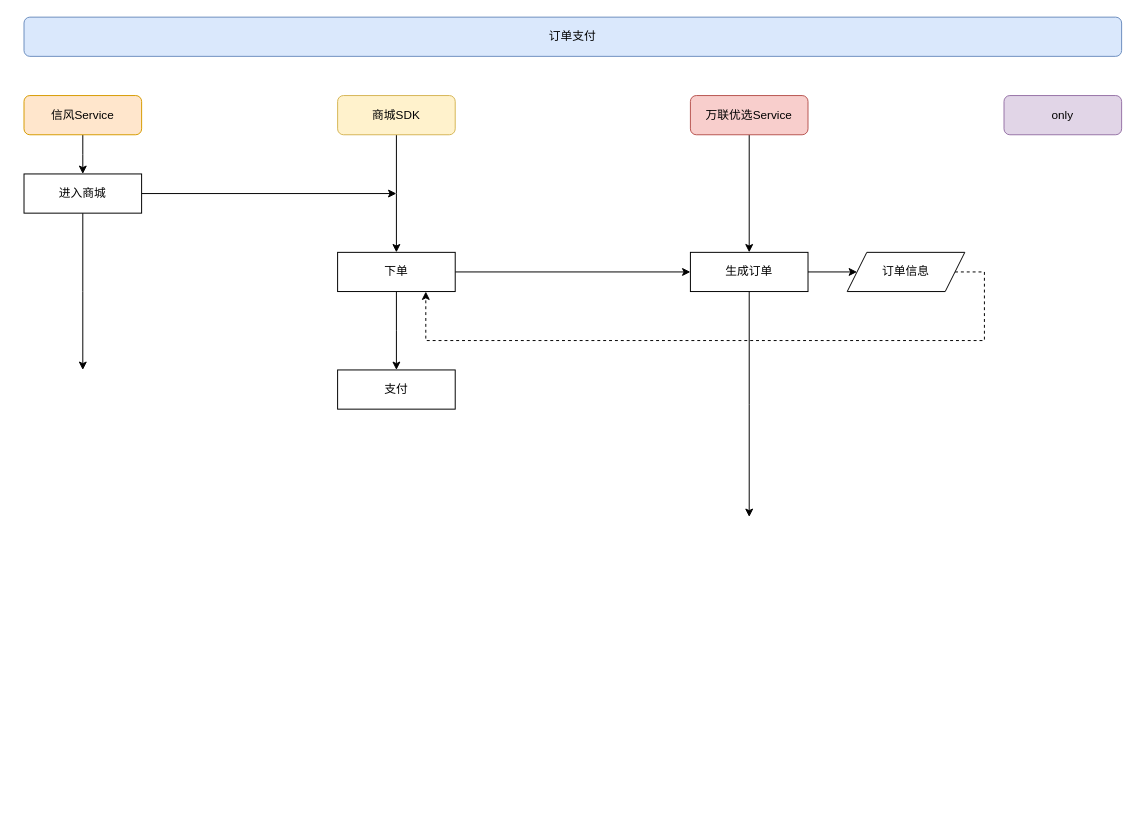
Before: drawio/订单.drawio in cjade/flow, a draw.io diagram. Source tidied: cells renumbered, new cells numbered last; positions are measured from the earlier drawing's top-left corner, leaving out a move shared by most shapes. Both pictures are drawn from the tidied source at 98%, with x=0, y=0 at pixel (24, 17).
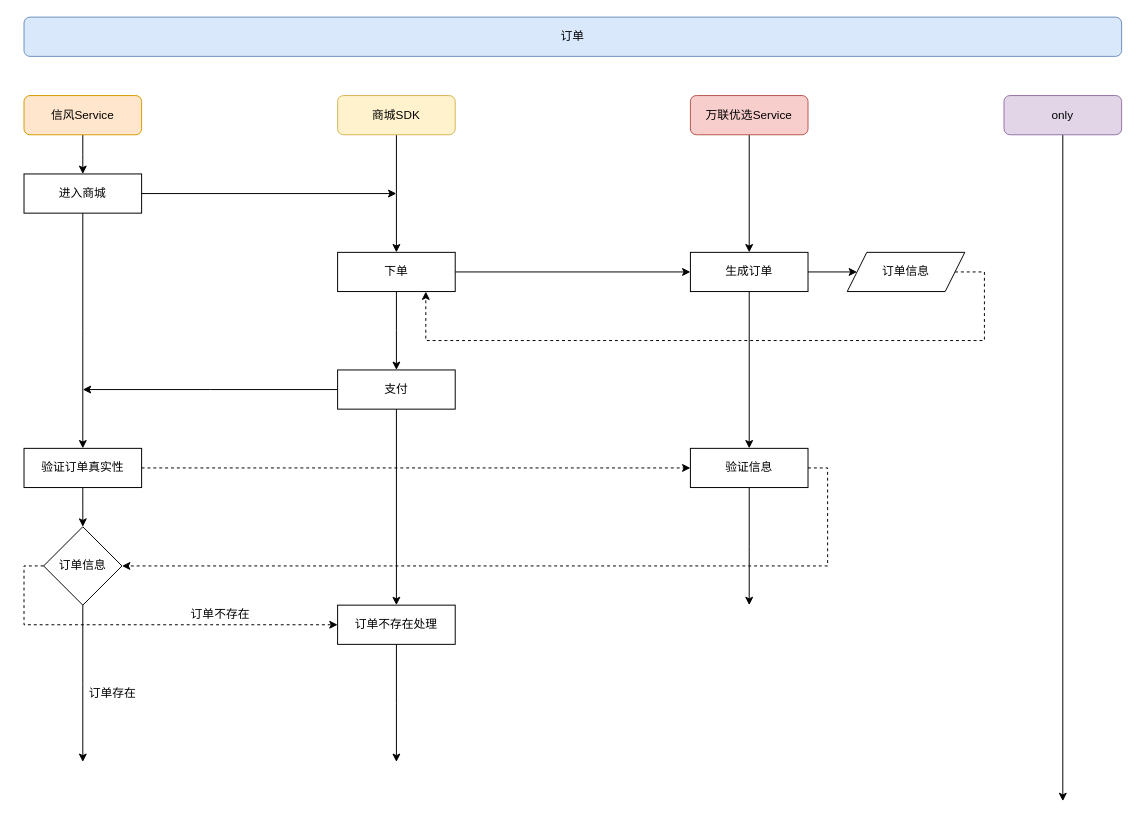
The same page after the edit.

The change refers to these unchanged cells:
```xml
<mxCell id="9" value="only" style="rounded=1;whiteSpace=wrap;html=1;fillColor=#e1d5e7;strokeColor=#9673a6;" parent="1" vertex="1">
  <mxGeometry x="1000" y="80" width="120" height="40" as="geometry" />
</mxCell>
<mxCell id="12" value="进入商城" style="whiteSpace=wrap;html=1;" parent="1" vertex="1">
  <mxGeometry y="160" width="120" height="40" as="geometry" />
</mxCell>
<mxCell id="20" value="生成订单" style="whiteSpace=wrap;html=1;" parent="1" vertex="1">
  <mxGeometry x="680" y="240" width="120" height="40" as="geometry" />
</mxCell>
<mxCell id="23" value="支付" style="rounded=0;whiteSpace=wrap;html=1;" parent="1" vertex="1">
  <mxGeometry x="320" y="360" width="120" height="40" as="geometry" />
</mxCell>
```

The edit, as a diff of the source:
```diff
@@
-    <mxCell id="2" value="订单支付" style="rounded=1;whiteSpace=wrap;html=1;fontSize=12;glass=0;strokeWidth=1;shadow=0;fillColor=#dae8fc;strokeColor=#6c8ebf;" parent="1" vertex="1">
+    <mxCell id="2" value="订单" style="rounded=1;whiteSpace=wrap;html=1;fontSize=12;glass=0;strokeWidth=1;shadow=0;fillColor=#dae8fc;strokeColor=#6c8ebf;" parent="1" vertex="1">
       <mxGeometry width="1120" height="40" as="geometry" />
     </mxCell>
@@
+    <mxCell id="24" style="edgeStyle=orthogonalEdgeStyle;rounded=0;jettySize=auto;html=1;exitX=0.5;exitY=1;exitDx=0;exitDy=0;strokeColor=#000000;" parent="1" edge="1" source="9">
+      <mxGeometry relative="1" as="geometry">
+        <mxPoint x="1060" y="800" as="targetPoint" />
+      </mxGeometry>
+    </mxCell>
@@
     <mxCell id="11" style="edgeStyle=orthogonalEdgeStyle;rounded=0;jettySize=auto;html=1;exitX=0.5;exitY=1;exitDx=0;exitDy=0;strokeColor=#000000;" parent="1" edge="1" source="12">
       <mxGeometry relative="1" as="geometry">
-        <mxPoint x="60" y="360" as="targetPoint" />
+        <mxPoint x="60" y="440" as="targetPoint" />
       </mxGeometry>
     </mxCell>
@@
     <mxCell id="19" style="edgeStyle=orthogonalEdgeStyle;rounded=0;jettySize=auto;html=1;exitX=0.5;exitY=1;exitDx=0;exitDy=0;" parent="1" edge="1" source="20">
       <mxGeometry relative="1" as="geometry">
-        <mxPoint x="740" y="510" as="targetPoint" />
+        <mxPoint x="740" y="440" as="targetPoint" />
       </mxGeometry>
     </mxCell>
@@
+    <mxCell id="25" style="edgeStyle=orthogonalEdgeStyle;rounded=0;jettySize=auto;html=1;exitX=0.5;exitY=1;exitDx=0;exitDy=0;strokeColor=#000000;entryX=0.5;entryY=0;entryDx=0;entryDy=0;" parent="1" edge="1" source="23" target="39">
+      <mxGeometry relative="1" as="geometry" />
+    </mxCell>
+    <mxCell id="26" style="edgeStyle=orthogonalEdgeStyle;rounded=0;jettySize=auto;html=1;exitX=0;exitY=0.5;exitDx=0;exitDy=0;strokeColor=#000000;" parent="1" edge="1" source="23">
+      <mxGeometry relative="1" as="geometry">
+        <mxPoint x="60" y="380" as="targetPoint" />
+      </mxGeometry>
+    </mxCell>
@@
+    <mxCell id="27" style="edgeStyle=orthogonalEdgeStyle;rounded=0;jettySize=auto;html=1;exitX=1;exitY=0.5;exitDx=0;exitDy=0;strokeColor=#000000;entryX=0;entryY=0.5;entryDx=0;entryDy=0;entryPerimeter=0;dashed=1;" parent="1" edge="1" source="29" target="32">
+      <mxGeometry relative="1" as="geometry" />
+    </mxCell>
+    <mxCell id="28" style="edgeStyle=orthogonalEdgeStyle;rounded=0;jettySize=auto;html=1;exitX=0.5;exitY=1;exitDx=0;exitDy=0;strokeColor=#000000;" parent="1" edge="1" source="29">
+      <mxGeometry relative="1" as="geometry">
+        <mxPoint x="60" y="520" as="targetPoint" />
+      </mxGeometry>
+    </mxCell>
+    <mxCell id="29" value="验证订单真实性" style="rounded=0;whiteSpace=wrap;html=1;" parent="1" vertex="1">
+      <mxGeometry y="440" width="120" height="40" as="geometry" />
+    </mxCell>
+    <mxCell id="30" style="edgeStyle=orthogonalEdgeStyle;rounded=0;jettySize=auto;html=1;exitX=0.5;exitY=1;exitDx=0;exitDy=0;strokeColor=#000000;" parent="1" edge="1" source="32">
+      <mxGeometry relative="1" as="geometry">
+        <mxPoint x="740" y="600" as="targetPoint" />
+      </mxGeometry>
+    </mxCell>
+    <mxCell id="31" style="edgeStyle=orthogonalEdgeStyle;rounded=0;jettySize=auto;html=1;exitX=1;exitY=0.5;exitDx=0;exitDy=0;dashed=1;strokeColor=#000000;" parent="1" edge="1" source="32" target="35">
+      <mxGeometry relative="1" as="geometry">
+        <Array as="points">
+          <mxPoint x="820" y="460" />
+          <mxPoint x="820" y="560" />
+        </Array>
+      </mxGeometry>
+    </mxCell>
+    <mxCell id="32" value="验证信息" style="rounded=0;whiteSpace=wrap;html=1;" parent="1" vertex="1">
+      <mxGeometry x="680" y="440" width="120" height="40" as="geometry" />
+    </mxCell>
+    <mxCell id="33" style="edgeStyle=orthogonalEdgeStyle;rounded=0;jettySize=auto;html=1;exitX=0.5;exitY=1;exitDx=0;exitDy=0;strokeColor=#000000;" parent="1" edge="1" source="35">
+      <mxGeometry relative="1" as="geometry">
+        <mxPoint x="60" y="760" as="targetPoint" />
+      </mxGeometry>
+    </mxCell>
+    <mxCell id="34" style="edgeStyle=orthogonalEdgeStyle;rounded=0;jettySize=auto;html=1;exitX=0;exitY=0.5;exitDx=0;exitDy=0;strokeColor=#000000;dashed=1;" parent="1" edge="1" source="35" target="39">
+      <mxGeometry relative="1" as="geometry">
+        <Array as="points">
+          <mxPoint y="560" />
+          <mxPoint y="620" />
+        </Array>
+      </mxGeometry>
+    </mxCell>
+    <mxCell id="35" value="订单信息" style="rhombus;whiteSpace=wrap;html=1;" parent="1" vertex="1">
+      <mxGeometry x="20" y="520" width="80" height="80" as="geometry" />
+    </mxCell>
+    <mxCell id="36" value="订单存在" style="text;html=1;align=center;verticalAlign=middle;" parent="1" vertex="1">
+      <mxGeometry x="60" y="680" width="60" height="20" as="geometry" />
+    </mxCell>
+    <mxCell id="37" value="订单不存在" style="text;html=1;align=center;verticalAlign=middle;" parent="1" vertex="1">
+      <mxGeometry x="160" y="600" width="80" height="20" as="geometry" />
+    </mxCell>
+    <mxCell id="38" style="edgeStyle=orthogonalEdgeStyle;rounded=0;jettySize=auto;html=1;exitX=0.5;exitY=1;exitDx=0;exitDy=0;strokeColor=#000000;" parent="1" edge="1" source="39">
+      <mxGeometry relative="1" as="geometry">
+        <mxPoint x="380" y="760" as="targetPoint" />
+      </mxGeometry>
+    </mxCell>
+    <mxCell id="39" value="订单不存在处理" style="rounded=0;whiteSpace=wrap;html=1;" parent="1" vertex="1">
+      <mxGeometry x="320" y="600" width="120" height="40" as="geometry" />
+    </mxCell>
```
